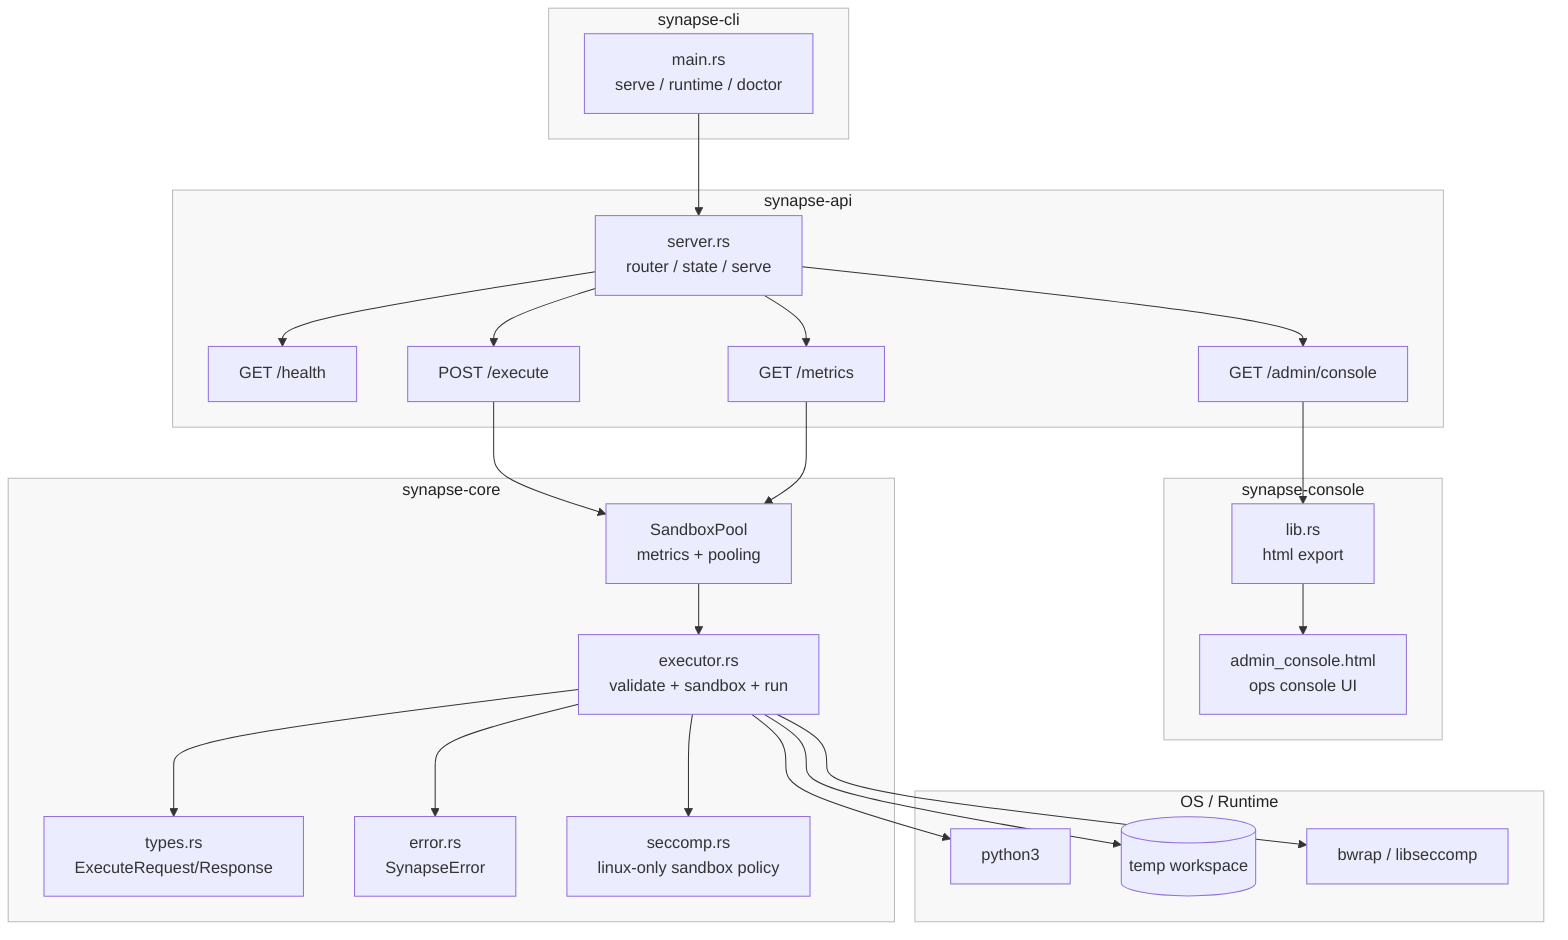
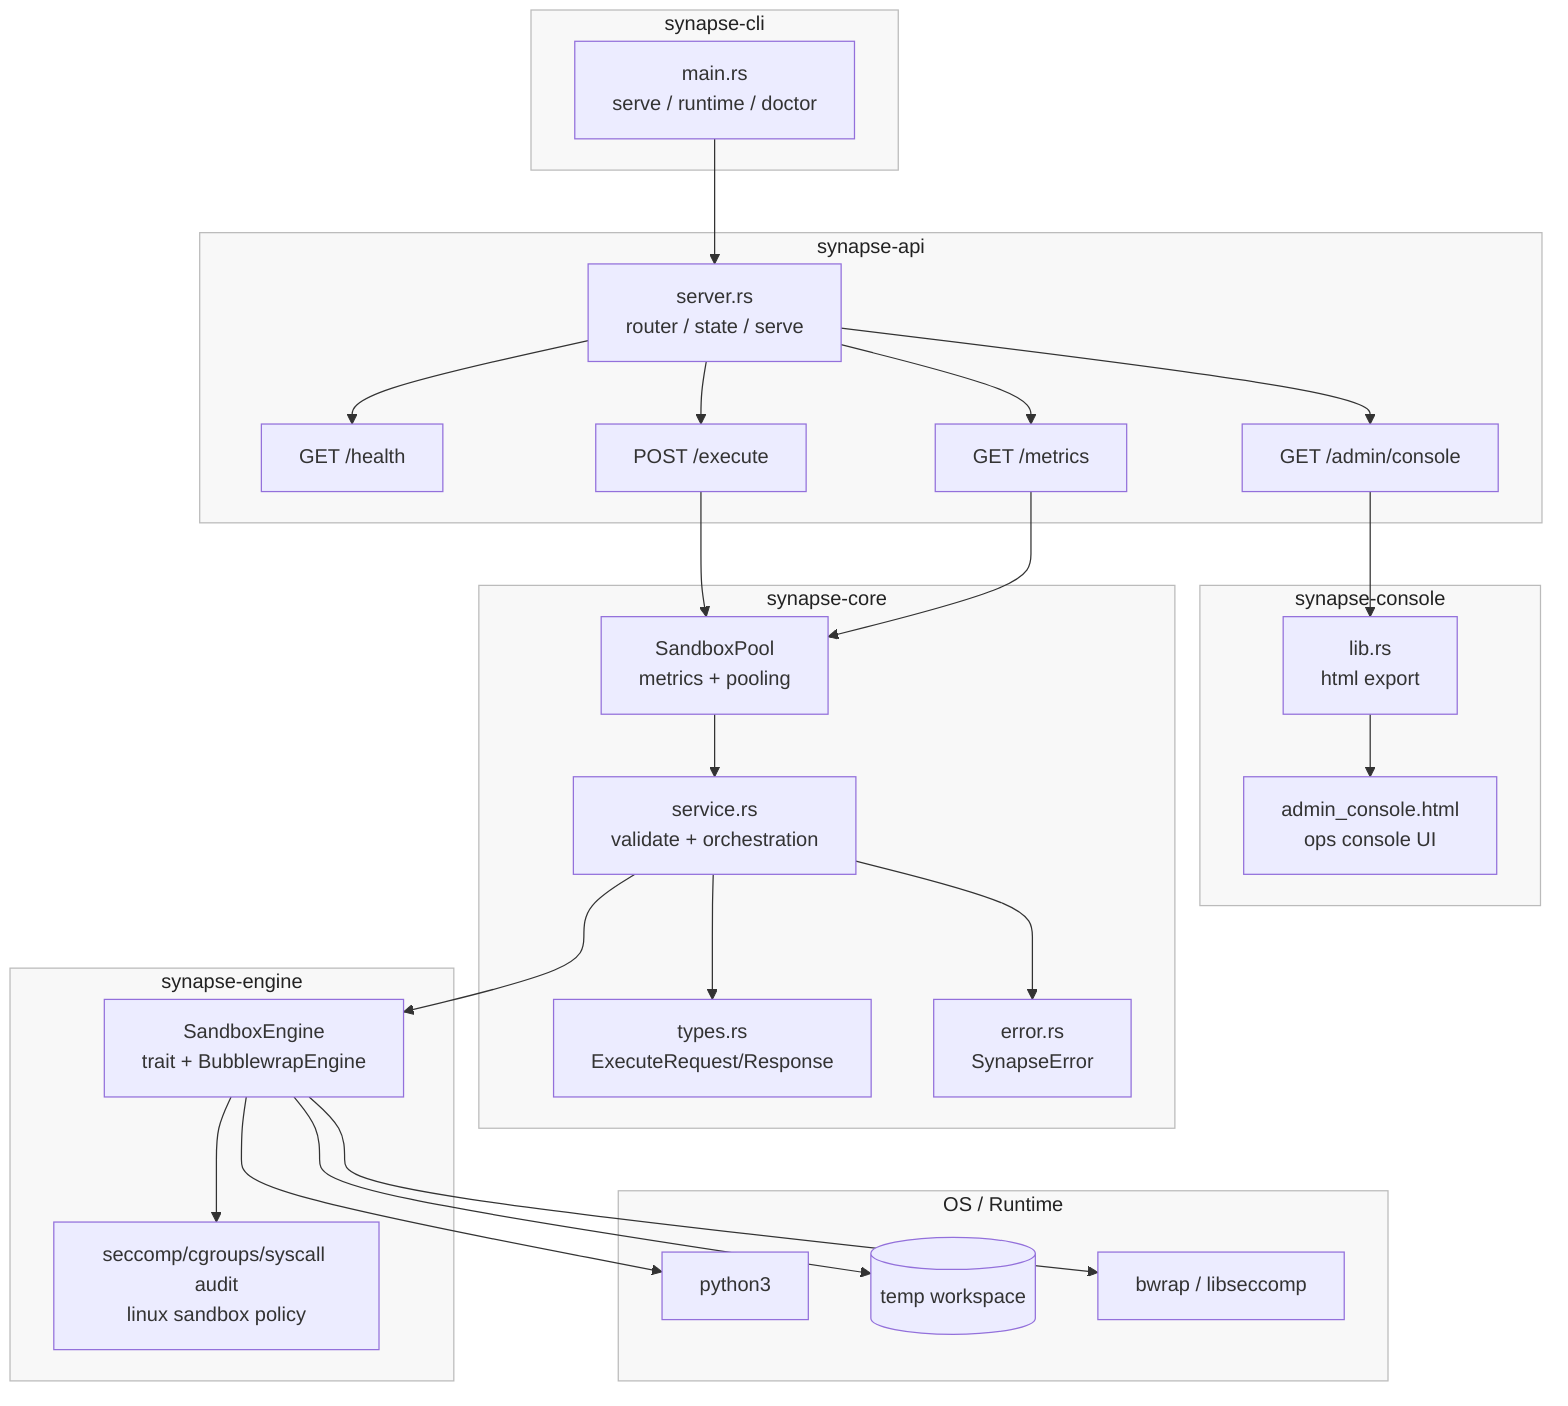
%% Generated: 2026-03-25 | Files scanned: 24 | Token estimate: ~220
flowchart TB
  subgraph CLI[synapse-cli]
    CLI_MAIN[main.rs\nserve / runtime / doctor]
  end

  subgraph API[synapse-api]
    SRV[server.rs\nrouter / state / serve]
    H[GET /health]
    M[GET /metrics]
    E[POST /execute]
    AC[GET /admin/console]
  end

  subgraph CONSOLE[synapse-console]
    HTML[admin_console.html\nops console UI]
    LIB[lib.rs\nhtml export]
  end

  subgraph CORE[synapse-core]
    P[SandboxPool\nmetrics + pooling]
-     X[executor.rs\nvalidate + sandbox + run]
+     X[service.rs\nvalidate + orchestration]
    T[types.rs\nExecuteRequest/Response]
    ER[error.rs\nSynapseError]
-     S[seccomp.rs\nlinux-only sandbox policy]
+   end
+ 
+   subgraph ENGINE[synapse-engine]
+     SE[SandboxEngine\ntrait + BubblewrapEngine]
+     S[seccomp/cgroups/syscall audit\nlinux sandbox policy]
  end

  subgraph OS[OS / Runtime]
    PY[python3]
    TMP[(temp workspace)]
    B[bwrap / libseccomp]
  end

  CLI_MAIN --> SRV
  SRV --> H
  SRV --> M
  SRV --> E
  SRV --> AC
  AC --> LIB
  LIB --> HTML
  E --> P
  M --> P
  P --> X
  X --> T
  X --> ER
-   X --> S
-   X --> PY
-   X --> TMP
-   X --> B
+   X --> SE
+   SE --> S
+   SE --> PY
+   SE --> TMP
+   SE --> B

  classDef note fill:#f8f8f8,stroke:#bbb,color:#222;
-   class CLI,API,CONSOLE,CORE,OS note;
+   class CLI,API,CONSOLE,CORE,ENGINE,OS note;
